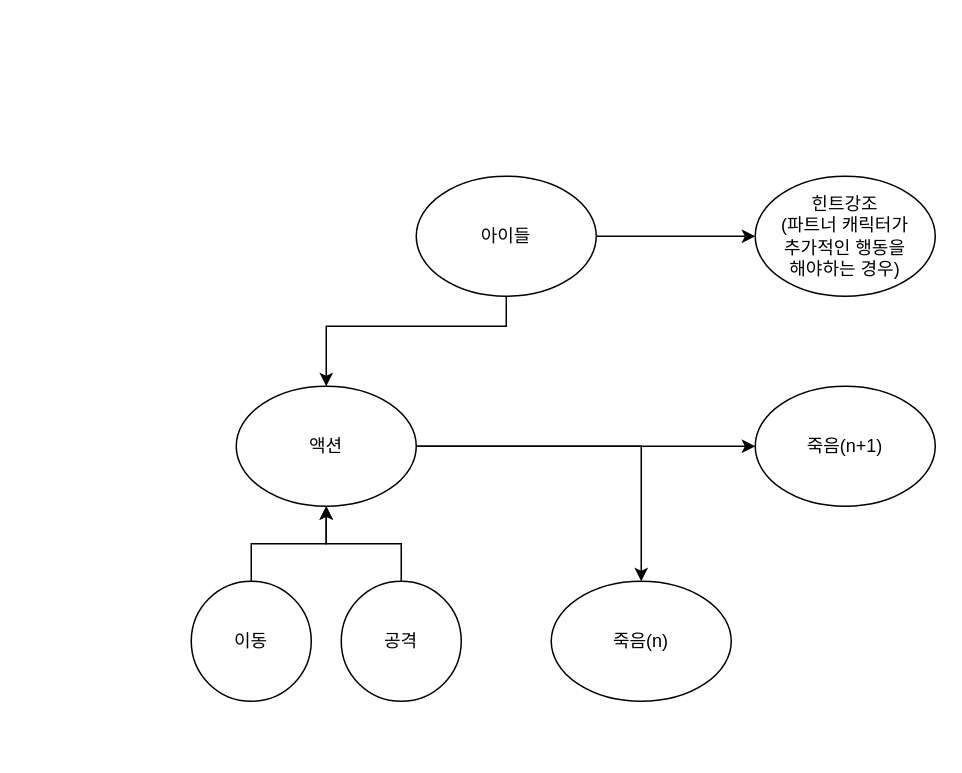
Earlier version of the draw.io diagram 코딩몬상태패턴.drawio (FavorKim/126_CodeMonster). Source tidied: cells renumbered, new cells numbered last; positions are measured from the earlier drawing's top-left corner, leaving out a move shared by most shapes. Both pictures are drawn from the tidied source at 150%, with x=0, y=0 at pixel (190, 176).
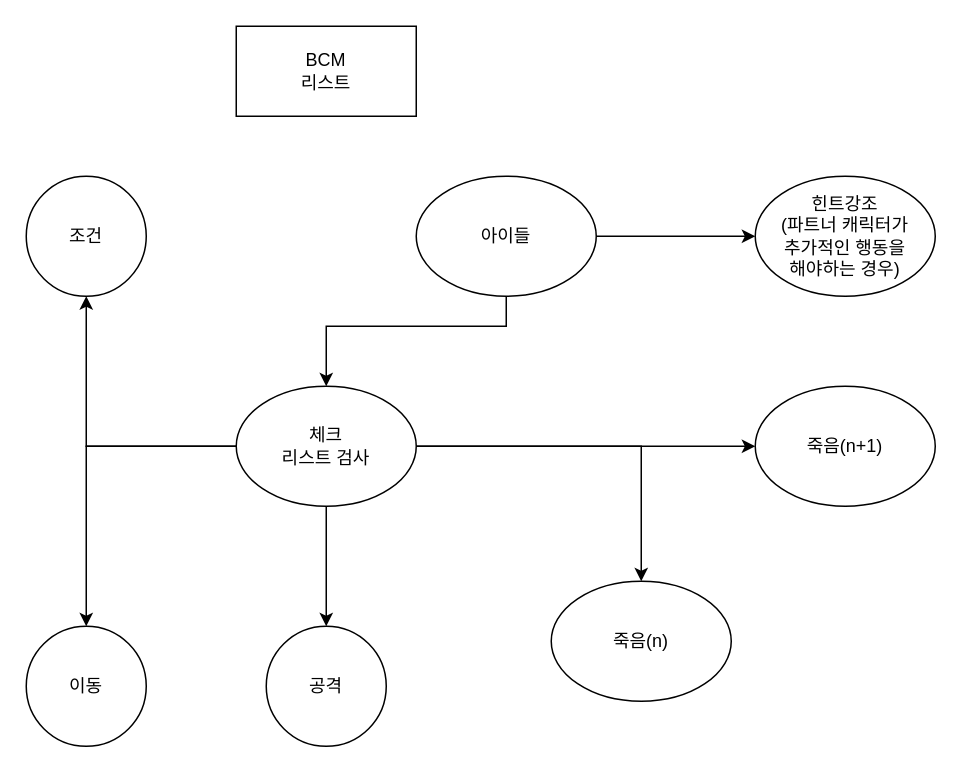
Above is the later version.

The edit, as a diff of the source:
```diff
@@
 <mxGraphModel>
   <root>
     <mxCell id="0" />
     <mxCell id="1" parent="0" />
     <mxCell id="2" style="edgeStyle=orthogonalEdgeStyle;rounded=0;jettySize=auto;html=1;" parent="1" edge="1" source="4" target="14">
       <mxGeometry relative="1" as="geometry" />
     </mxCell>
     <mxCell id="3" style="edgeStyle=orthogonalEdgeStyle;rounded=0;jettySize=auto;html=1;" parent="1" edge="1" source="4" target="7">
       <mxGeometry relative="1" as="geometry">
         <Array as="points">
           <mxPoint x="210" y="100" />
           <mxPoint x="90" y="100" />
         </Array>
       </mxGeometry>
     </mxCell>
     <mxCell id="4" value="아이들" style="ellipse;whiteSpace=wrap;html=1;" parent="1" vertex="1">
       <mxGeometry x="150" width="120" height="80" as="geometry" />
     </mxCell>
     <mxCell id="5" style="edgeStyle=orthogonalEdgeStyle;rounded=0;jettySize=auto;html=1;" parent="1" edge="1" source="7" target="9">
       <mxGeometry relative="1" as="geometry" />
     </mxCell>
     <mxCell id="6" style="edgeStyle=orthogonalEdgeStyle;rounded=0;jettySize=auto;html=1;" parent="1" edge="1" source="7" target="8">
       <mxGeometry relative="1" as="geometry" />
     </mxCell>
+    <mxCell id="15" style="edgeStyle=orthogonalEdgeStyle;rounded=0;jettySize=auto;html=1;" parent="1" edge="1" source="7" target="18">
+      <mxGeometry relative="1" as="geometry" />
+    </mxCell>
+    <mxCell id="16" style="edgeStyle=orthogonalEdgeStyle;rounded=0;jettySize=auto;html=1;" parent="1" edge="1" source="7" target="11">
+      <mxGeometry relative="1" as="geometry" />
+    </mxCell>
+    <mxCell id="17" style="edgeStyle=orthogonalEdgeStyle;rounded=0;jettySize=auto;html=1;" parent="1" edge="1" source="7" target="13">
+      <mxGeometry relative="1" as="geometry" />
+    </mxCell>
-    <mxCell id="7" value="액션" style="ellipse;whiteSpace=wrap;html=1;" parent="1" vertex="1">
+    <mxCell id="7" value="체크&lt;div&gt;리스트 검사&lt;/div&gt;" style="ellipse;whiteSpace=wrap;html=1;" parent="1" vertex="1">
       <mxGeometry x="30" y="140" width="120" height="80" as="geometry" />
     </mxCell>
     <mxCell id="8" value="죽음(n)" style="ellipse;whiteSpace=wrap;html=1;" parent="1" vertex="1">
       <mxGeometry x="240" y="270" width="120" height="80" as="geometry" />
     </mxCell>
     <mxCell id="9" value="죽음(n+1)" style="ellipse;whiteSpace=wrap;html=1;" parent="1" vertex="1">
       <mxGeometry x="376" y="140" width="120" height="80" as="geometry" />
     </mxCell>
-    <mxCell id="10" style="edgeStyle=orthogonalEdgeStyle;rounded=0;jettySize=auto;html=1;" parent="1" edge="1" source="11" target="7">
-      <mxGeometry relative="1" as="geometry" />
-    </mxCell>
     <mxCell id="11" value="이동" style="ellipse;whiteSpace=wrap;html=1;" parent="1" vertex="1">
-      <mxGeometry y="270" width="80" height="80" as="geometry" />
+      <mxGeometry x="-110" y="300" width="80" height="80" as="geometry" />
     </mxCell>
-    <mxCell id="12" style="edgeStyle=orthogonalEdgeStyle;rounded=0;jettySize=auto;html=1;" parent="1" edge="1" source="13" target="7">
-      <mxGeometry relative="1" as="geometry" />
-    </mxCell>
     <mxCell id="13" value="공격" style="ellipse;whiteSpace=wrap;html=1;" parent="1" vertex="1">
-      <mxGeometry x="100" y="270" width="80" height="80" as="geometry" />
+      <mxGeometry x="50" y="300" width="80" height="80" as="geometry" />
     </mxCell>
     <mxCell id="14" value="힌트강조&lt;div&gt;(파트너 캐릭터가&lt;/div&gt;&lt;div&gt;추가적인 행동을&lt;/div&gt;&lt;div&gt;해야하는 경우)&lt;/div&gt;" style="ellipse;whiteSpace=wrap;html=1;" parent="1" vertex="1">
       <mxGeometry x="376" width="120" height="80" as="geometry" />
     </mxCell>
+    <mxCell id="18" value="조건" style="ellipse;whiteSpace=wrap;html=1;" parent="1" vertex="1">
+      <mxGeometry x="-110" width="80" height="80" as="geometry" />
+    </mxCell>
+    <mxCell id="19" value="BCM&lt;div&gt;리스트&lt;/div&gt;" style="rounded=0;whiteSpace=wrap;html=1;" parent="1" vertex="1">
+      <mxGeometry x="30" y="-100" width="120" height="60" as="geometry" />
+    </mxCell>
   </root>
 </mxGraphModel>
```
